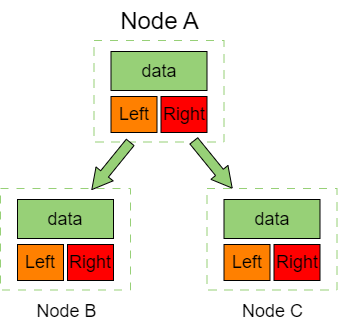
Before: docs/languages/python/algorithm_data_structure/assets/tree_linked.png, a diagram exported from draw.io (sankgao/sankgao.github.io). Source tidied: cells renumbered, new cells last; positions are measured from the earlier drawing's top-left corner, leaving out a move shared by most shapes. The source it was exported from:
```xml
<mxGraphModel>
  <root>
    <mxCell id="0" />
    <mxCell id="1" parent="0" />
    <mxCell id="2" style="rounded=0;whiteSpace=wrap;html=1;dashed=1;dashPattern=8 8;fontSize=18;fontColor=#FFFFFF;strokeColor=#97D077;" parent="1" vertex="1">
      <mxGeometry x="93.5" y="40" width="130" height="101.5" as="geometry" />
    </mxCell>
    <mxCell id="3" value="data" style="rounded=0;whiteSpace=wrap;html=1;fontSize=18;fillColor=#97D077;" parent="1" vertex="1">
      <mxGeometry x="110.5" y="51" width="96" height="39" as="geometry" />
    </mxCell>
    <mxCell id="4" value="Left" style="rounded=0;whiteSpace=wrap;html=1;fontSize=18;fillColor=#FF8000;" parent="1" vertex="1">
      <mxGeometry x="110.5" y="96" width="46" height="36" as="geometry" />
    </mxCell>
    <mxCell id="5" value="Right" style="rounded=0;whiteSpace=wrap;html=1;fontSize=18;fillColor=#FF0000;" parent="1" vertex="1">
      <mxGeometry x="160.5" y="96" width="46" height="36" as="geometry" />
    </mxCell>
    <mxCell id="6" value="Node A" style="text;html=1;align=center;verticalAlign=middle;strokeColor=none;fillColor=none;fontSize=24;" parent="1" vertex="1">
      <mxGeometry x="110" width="97" height="41" as="geometry" />
    </mxCell>
    <mxCell id="7" style="rounded=0;whiteSpace=wrap;html=1;dashed=1;dashPattern=8 8;fontSize=18;fontColor=#FFFFFF;strokeColor=#97D077;" parent="1" vertex="1">
      <mxGeometry y="188" width="130" height="101.5" as="geometry" />
    </mxCell>
    <mxCell id="8" value="data" style="rounded=0;whiteSpace=wrap;html=1;fontSize=18;fillColor=#97D077;" parent="1" vertex="1">
      <mxGeometry x="17" y="199" width="96" height="39" as="geometry" />
    </mxCell>
    <mxCell id="9" value="Left" style="rounded=0;whiteSpace=wrap;html=1;fontSize=18;fillColor=#FF8000;" parent="1" vertex="1">
      <mxGeometry x="17" y="244" width="46" height="36" as="geometry" />
    </mxCell>
    <mxCell id="10" value="Right" style="rounded=0;whiteSpace=wrap;html=1;fontSize=18;fillColor=#FF0000;" parent="1" vertex="1">
      <mxGeometry x="67" y="244" width="46" height="36" as="geometry" />
    </mxCell>
    <mxCell id="11" style="rounded=0;whiteSpace=wrap;html=1;dashed=1;dashPattern=8 8;fontSize=18;fontColor=#FFFFFF;strokeColor=#97D077;" parent="1" vertex="1">
      <mxGeometry x="206.5" y="188" width="130" height="101.5" as="geometry" />
    </mxCell>
    <mxCell id="12" value="data" style="rounded=0;whiteSpace=wrap;html=1;fontSize=18;fillColor=#97D077;" parent="1" vertex="1">
      <mxGeometry x="223.5" y="199" width="96" height="39" as="geometry" />
    </mxCell>
    <mxCell id="13" value="Left" style="rounded=0;whiteSpace=wrap;html=1;fontSize=18;fillColor=#FF8000;" parent="1" vertex="1">
      <mxGeometry x="223.5" y="244" width="46" height="36" as="geometry" />
    </mxCell>
    <mxCell id="14" value="Right" style="rounded=0;whiteSpace=wrap;html=1;fontSize=18;fillColor=#FF0000;" parent="1" vertex="1">
      <mxGeometry x="273.5" y="244" width="46" height="36" as="geometry" />
    </mxCell>
    <mxCell id="15" value="Node B" style="text;html=1;align=center;verticalAlign=middle;strokeColor=none;fillColor=none;fontSize=18;" parent="1" vertex="1">
      <mxGeometry x="26.5" y="294" width="78" height="34" as="geometry" />
    </mxCell>
    <mxCell id="16" value="Node C" style="text;html=1;align=center;verticalAlign=middle;strokeColor=none;fillColor=none;fontSize=18;" parent="1" vertex="1">
      <mxGeometry x="232" y="294" width="79" height="34" as="geometry" />
    </mxCell>
    <mxCell id="17" style="shape=flexArrow;endArrow=classic;html=1;rounded=0;endWidth=11;endSize=6.41;fillColor=#97D077;" parent="1" edge="1">
      <mxGeometry relative="1" as="geometry">
        <mxPoint x="130" y="141.5" as="sourcePoint" />
        <mxPoint x="91" y="189.5" as="targetPoint" />
      </mxGeometry>
    </mxCell>
    <mxCell id="18" style="shape=flexArrow;endArrow=classic;html=1;rounded=0;endWidth=11;endSize=6.41;fillColor=#97D077;" parent="1" edge="1">
      <mxGeometry relative="1" as="geometry">
        <mxPoint x="193" y="140" as="sourcePoint" />
        <mxPoint x="232" y="188" as="targetPoint" />
      </mxGeometry>
    </mxCell>
  </root>
</mxGraphModel>
```
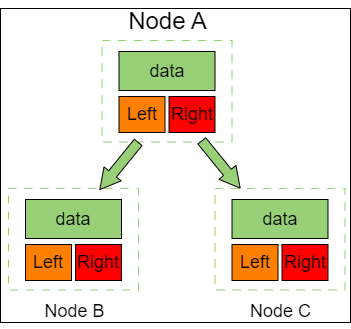
The same diagram one commit later.

The edit, as a diff of the source:
```diff
@@ -2,6 +2,9 @@
   <root>
     <mxCell id="0" />
     <mxCell id="1" parent="0" />
+    <mxCell id="19" style="rounded=0;whiteSpace=wrap;html=1;" parent="1" vertex="1">
+      <mxGeometry x="-8" y="8" width="350" height="314" as="geometry" />
+    </mxCell>
     <mxCell id="2" style="rounded=0;whiteSpace=wrap;html=1;dashed=1;dashPattern=8 8;fontSize=18;fontColor=#FFFFFF;strokeColor=#97D077;" parent="1" vertex="1">
       <mxGeometry x="93.5" y="40" width="130" height="101.5" as="geometry" />
     </mxCell>
```
